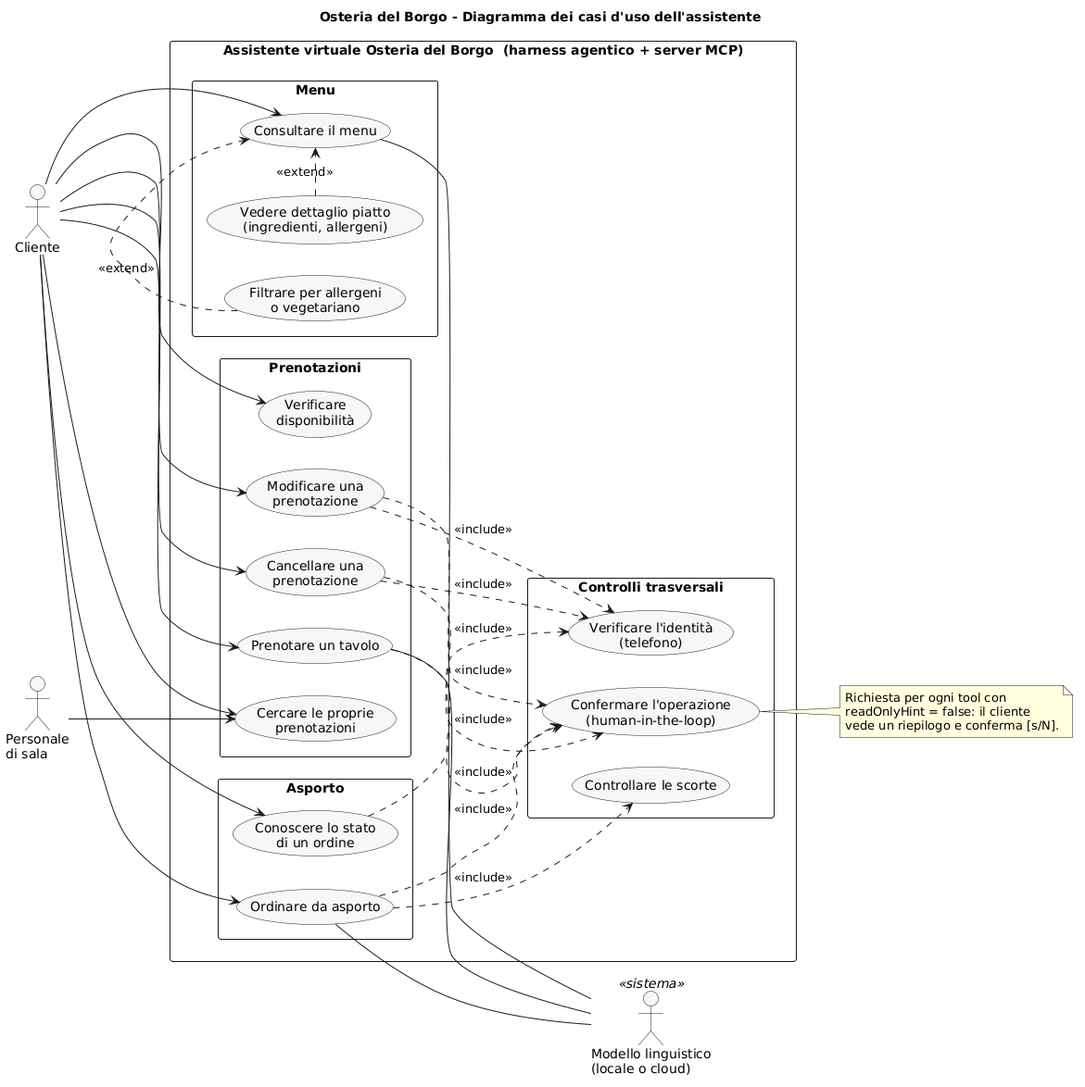
Above: docs/diagrammi/casi_uso.png in Gabrymarg/Gabrymarg-AI-MCP (PlantUML), before the change. The source it was exported from:
```plantuml
@startuml
title Osteria del Borgo - Diagramma dei casi d'uso dell'assistente
skinparam shadowing false
skinparam packageStyle rectangle
skinparam usecase {
  BackgroundColor #F7F7F7
}
left to right direction

actor Cliente
actor "Personale\ndi sala" as Staff
actor "Modello linguistico\n(locale o cloud)" as LLM <<sistema>>

rectangle "Assistente virtuale Osteria del Borgo  (harness agentico + server MCP)" {
  package "Menu" {
    usecase "Consultare il menu" as M1
    usecase "Filtrare per allergeni\no vegetariano" as M2
    usecase "Vedere dettaglio piatto\n(ingredienti, allergeni)" as M3
  }
  package "Prenotazioni" {
    usecase "Verificare\ndisponibilità" as P1
    usecase "Prenotare un tavolo" as P2
    usecase "Cercare le proprie\nprenotazioni" as P3
    usecase "Modificare una\nprenotazione" as P4
    usecase "Cancellare una\nprenotazione" as P5
  }
  package "Asporto" {
    usecase "Ordinare da asporto" as O1
    usecase "Conoscere lo stato\ndi un ordine" as O2
  }
  package "Controlli trasversali" {
    usecase "Confermare l'operazione\n(human-in-the-loop)" as C1
    usecase "Verificare l'identità\n(telefono)" as C2
    usecase "Controllare le scorte" as C3
  }
}

Cliente --> M1
Cliente --> P1
Cliente --> P2
Cliente --> P3
Cliente --> P4
Cliente --> P5
Cliente --> O1
Cliente --> O2

M2 .> M1 : <<extend>>
M3 .> M1 : <<extend>>

P2 ..> C1 : <<include>>
P4 ..> C1 : <<include>>
P5 ..> C1 : <<include>>
O1 ..> C1 : <<include>>
P4 ..> C2 : <<include>>
P5 ..> C2 : <<include>>
O2 ..> C2 : <<include>>
O1 ..> C3 : <<include>>

Staff --> P3

M1 -- LLM
P2 -- LLM
O1 -- LLM

note right of C1
  Richiesta per ogni tool con
  readOnlyHint = false: il cliente
  vede un riepilogo e conferma [s/N].
end note
@enduml
```
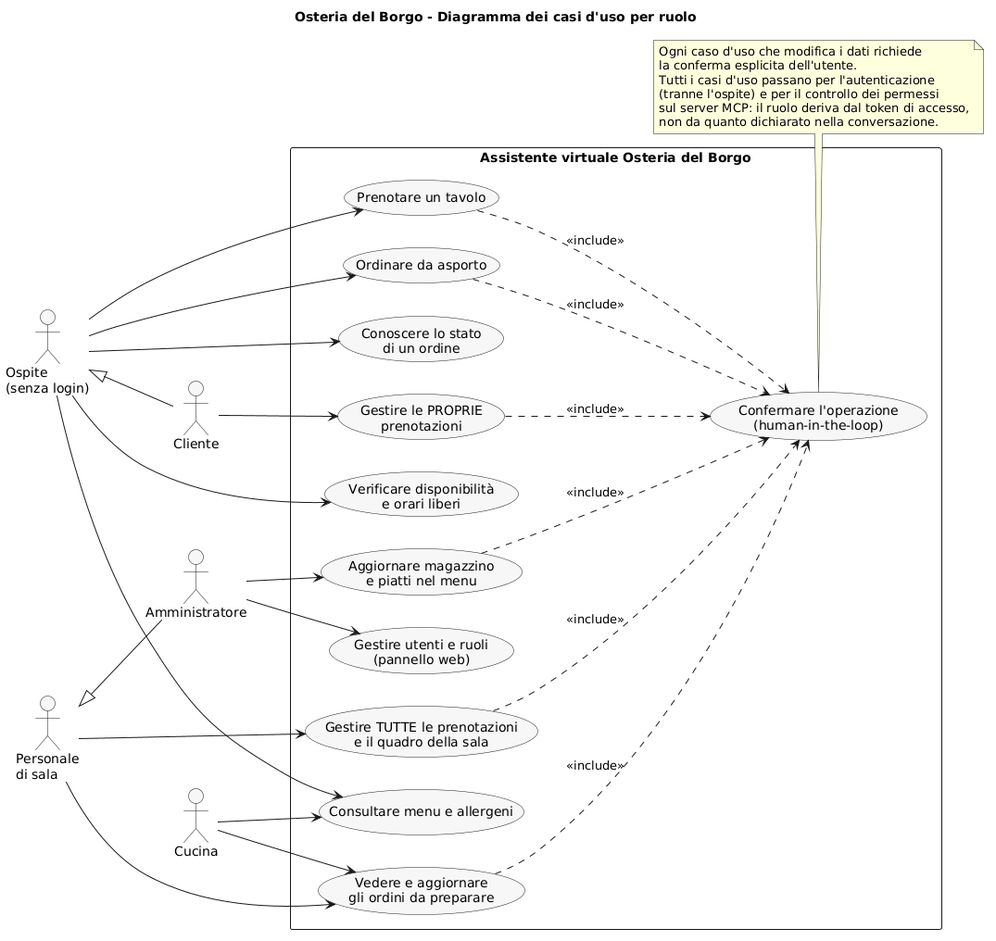
The same diagram one commit later.

Change to the diagram source:
```diff
@@ -1,5 +1,5 @@
 @startuml
-title Osteria del Borgo - Diagramma dei casi d'uso dell'assistente
+title Osteria del Borgo - Diagramma dei casi d'uso per ruolo
 skinparam shadowing false
 skinparam packageStyle rectangle
 skinparam usecase {
@@ -7,64 +7,55 @@
 }
 left to right direction
 
+actor "Ospite\n(senza login)" as Ospite
 actor Cliente
-actor "Personale\ndi sala" as Staff
-actor "Modello linguistico\n(locale o cloud)" as LLM <<sistema>>
+actor "Personale\ndi sala" as Sala
+actor Cucina
+actor Amministratore as Admin
 
-rectangle "Assistente virtuale Osteria del Borgo  (harness agentico + server MCP)" {
-  package "Menu" {
-    usecase "Consultare il menu" as M1
-    usecase "Filtrare per allergeni\no vegetariano" as M2
-    usecase "Vedere dettaglio piatto\n(ingredienti, allergeni)" as M3
-  }
-  package "Prenotazioni" {
-    usecase "Verificare\ndisponibilità" as P1
-    usecase "Prenotare un tavolo" as P2
-    usecase "Cercare le proprie\nprenotazioni" as P3
-    usecase "Modificare una\nprenotazione" as P4
-    usecase "Cancellare una\nprenotazione" as P5
-  }
-  package "Asporto" {
-    usecase "Ordinare da asporto" as O1
-    usecase "Conoscere lo stato\ndi un ordine" as O2
-  }
-  package "Controlli trasversali" {
-    usecase "Confermare l'operazione\n(human-in-the-loop)" as C1
-    usecase "Verificare l'identità\n(telefono)" as C2
-    usecase "Controllare le scorte" as C3
-  }
+Ospite <|-- Cliente
+Sala <|-- Admin
+
+rectangle "Assistente virtuale Osteria del Borgo" {
+  usecase "Consultare menu e allergeni" as M1
+  usecase "Verificare disponibilità\ne orari liberi" as P1
+  usecase "Prenotare un tavolo" as P2
+  usecase "Ordinare da asporto" as O1
+  usecase "Conoscere lo stato\ndi un ordine" as O2
+  usecase "Gestire le PROPRIE\nprenotazioni" as P3
+  usecase "Gestire TUTTE le prenotazioni\ne il quadro della sala" as P4
+  usecase "Vedere e aggiornare\ngli ordini da preparare" as O3
+  usecase "Aggiornare magazzino\ne piatti nel menu" as A1
+  usecase "Gestire utenti e ruoli\n(pannello web)" as A2
+  usecase "Confermare l'operazione\n(human-in-the-loop)" as C1
 }
 
-Cliente --> M1
-Cliente --> P1
-Cliente --> P2
+Ospite --> M1
+Ospite --> P1
+Ospite --> P2
+Ospite --> O1
+Ospite --> O2
 Cliente --> P3
-Cliente --> P4
-Cliente --> P5
-Cliente --> O1
-Cliente --> O2
-
-M2 .> M1 : <<extend>>
-M3 .> M1 : <<extend>>
+Sala --> P4
+Sala --> O3
+Cucina --> M1
+Cucina --> O3
+Admin --> A1
+Admin --> A2
 
 P2 ..> C1 : <<include>>
+O1 ..> C1 : <<include>>
+P3 ..> C1 : <<include>>
 P4 ..> C1 : <<include>>
-P5 ..> C1 : <<include>>
-O1 ..> C1 : <<include>>
-P4 ..> C2 : <<include>>
-P5 ..> C2 : <<include>>
-O2 ..> C2 : <<include>>
-O1 ..> C3 : <<include>>
+O3 ..> C1 : <<include>>
+A1 ..> C1 : <<include>>
 
-Staff --> P3
-
-M1 -- LLM
-P2 -- LLM
-O1 -- LLM
-
-note right of C1
-  Richiesta per ogni tool con
-  readOnlyHint = false: il cliente
-  vede un riepilogo e conferma [s/N].
+note bottom of C1
+  Ogni caso d'uso che modifica i dati richiede
+  la conferma esplicita dell'utente.
+  Tutti i casi d'uso passano per l'autenticazione
+  (tranne l'ospite) e per il controllo dei permessi
+  sul server MCP: il ruolo deriva dal token di accesso,
+  non da quanto dichiarato nella conversazione.
 end note
 @enduml
```
